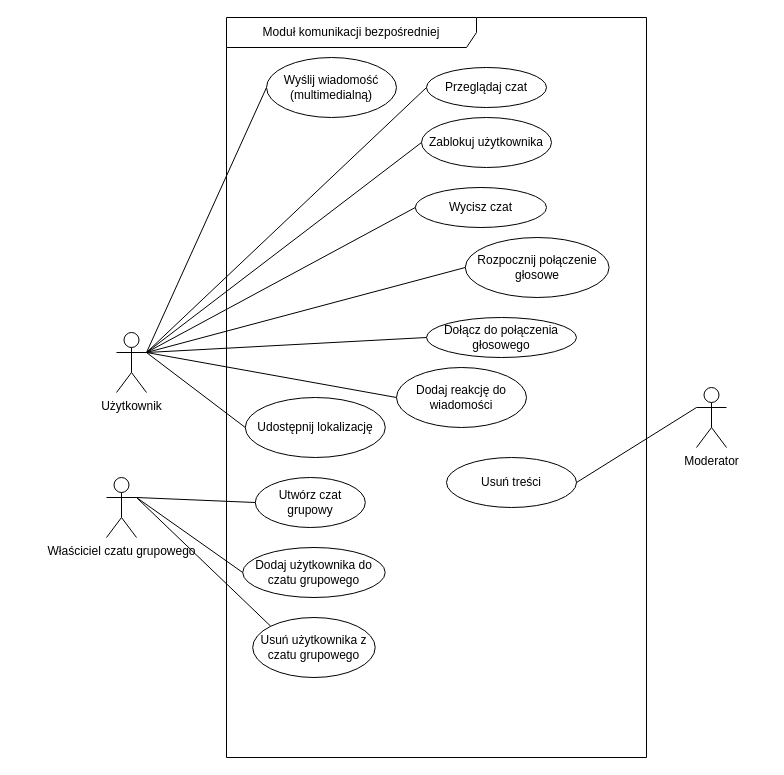
The draw.io diagram page "Moduł komunikacji" (1 of 5) of mwo_lokalni_app.drawio in Haltie13/lokalni_app, before the edit. Source tidied: cells renumbered, new cells numbered last; positions are measured from the earlier drawing's top-left corner, leaving out a move shared by most shapes. Both pictures are drawn from the tidied source at 100%, with x=0, y=0 at pixel (106, 17).
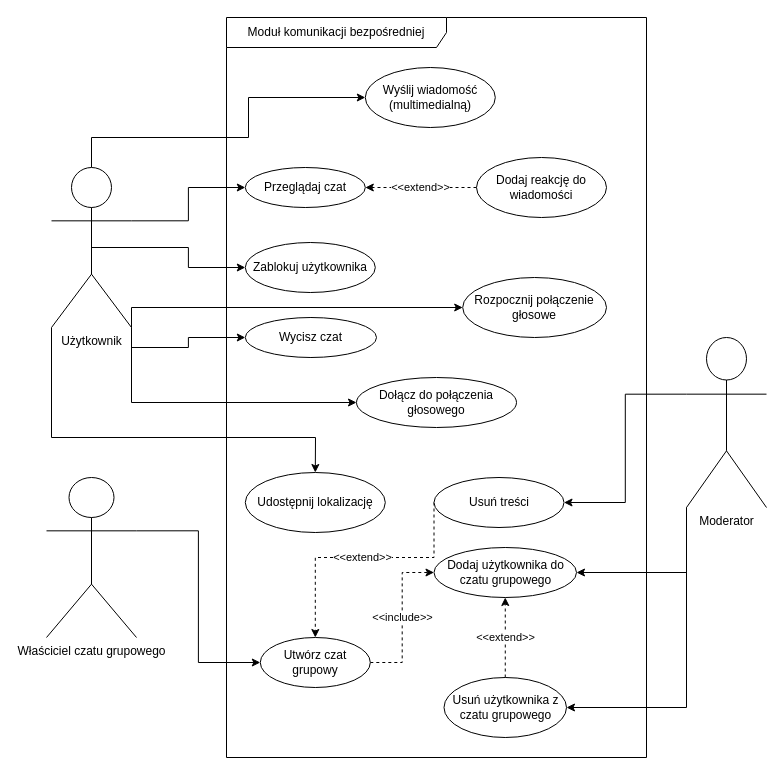
After the change.

The edit, as a diff of the source:
```diff
@@
-    <mxCell id="2" value="Moduł komunikacji bezpośredniej" style="shape=umlFrame;whiteSpace=wrap;html=1;width=250;height=30;" parent="1" vertex="1">
+    <mxCell id="2" value="Moduł komunikacji bezpośredniej" style="shape=umlFrame;whiteSpace=wrap;html=1;width=220;height=30;" parent="1" vertex="1">
       <mxGeometry x="120" width="420" height="740" as="geometry" />
     </mxCell>
+    <mxCell id="26" style="edgeStyle=orthogonalEdgeStyle;rounded=0;jettySize=auto;html=1;exitX=1;exitY=1;exitDx=0;exitDy=0;exitPerimeter=0;entryX=0;entryY=0.5;entryDx=0;entryDy=0;" parent="1" edge="1" source="4" target="22">
+      <mxGeometry relative="1" as="geometry" />
+    </mxCell>
+    <mxCell id="18" style="edgeStyle=orthogonalEdgeStyle;rounded=0;jettySize=auto;html=1;exitX=0.5;exitY=0.5;exitDx=0;exitDy=0;exitPerimeter=0;entryX=0;entryY=0.5;entryDx=0;entryDy=0;" parent="1" edge="1" source="4" target="5">
+      <mxGeometry relative="1" as="geometry" />
+    </mxCell>
+    <mxCell id="14" style="edgeStyle=orthogonalEdgeStyle;rounded=0;jettySize=auto;html=1;exitX=1;exitY=0.3333333333333333;exitDx=0;exitDy=0;exitPerimeter=0;entryX=0;entryY=0.5;entryDx=0;entryDy=0;" parent="1" edge="1" source="4" target="9">
+      <mxGeometry relative="1" as="geometry" />
+    </mxCell>
-    <mxCell id="3" style="rounded=0;jettySize=auto;html=1;exitX=1;exitY=0.3333333333333333;exitDx=0;exitDy=0;exitPerimeter=0;entryX=0;entryY=0.5;entryDx=0;entryDy=0;endArrow=none;startFill=0;" parent="1" edge="1" source="4" target="10">
-      <mxGeometry relative="1" as="geometry" />
+    <mxCell id="3" style="edgeStyle=orthogonalEdgeStyle;rounded=0;jettySize=auto;html=1;exitX=0.5;exitY=0;exitDx=0;exitDy=0;exitPerimeter=0;entryX=0;entryY=0.5;entryDx=0;entryDy=0;" parent="1" edge="1" source="4" target="10">
+      <mxGeometry relative="1" as="geometry">
+        <Array as="points">
+          <mxPoint x="-15" y="120" />
+          <mxPoint x="142" y="120" />
+          <mxPoint x="142" y="80" />
+        </Array>
+      </mxGeometry>
     </mxCell>
+    <mxCell id="17" style="edgeStyle=orthogonalEdgeStyle;rounded=0;jettySize=auto;html=1;exitX=1;exitY=1;exitDx=0;exitDy=0;exitPerimeter=0;" parent="1" edge="1" source="4" target="13">
+      <mxGeometry relative="1" as="geometry">
+        <Array as="points">
+          <mxPoint x="25" y="290" />
+        </Array>
+      </mxGeometry>
+    </mxCell>
+    <mxCell id="30" style="edgeStyle=orthogonalEdgeStyle;rounded=0;jettySize=auto;html=1;exitX=1;exitY=1;exitDx=0;exitDy=0;exitPerimeter=0;entryX=0;entryY=0.5;entryDx=0;entryDy=0;" parent="1" edge="1" source="4" target="23">
+      <mxGeometry relative="1" as="geometry" />
+    </mxCell>
+    <mxCell id="20" style="edgeStyle=orthogonalEdgeStyle;rounded=0;jettySize=auto;html=1;exitX=0;exitY=1;exitDx=0;exitDy=0;exitPerimeter=0;" parent="1" edge="1" source="4" target="8">
+      <mxGeometry relative="1" as="geometry">
+        <Array as="points">
+          <mxPoint x="-55" y="420" />
+          <mxPoint x="209" y="420" />
+        </Array>
+      </mxGeometry>
+    </mxCell>
     <mxCell id="4" value="Użytkownik" style="shape=umlActor;verticalLabelPosition=bottom;verticalAlign=top;html=1;" parent="1" vertex="1">
-      <mxGeometry x="10" y="315" width="30" height="60" as="geometry" />
+      <mxGeometry x="-55" y="150" width="80" height="160" as="geometry" />
     </mxCell>
     <mxCell id="5" value="Zablokuj użytkownika" style="ellipse;whiteSpace=wrap;html=1;" parent="1" vertex="1">
-      <mxGeometry x="315" y="100" width="130" height="50" as="geometry" />
+      <mxGeometry x="138.8" y="225" width="130" height="50" as="geometry" />
     </mxCell>
     <mxCell id="6" value="Dodaj użytkownika do czatu grupowego" style="ellipse;whiteSpace=wrap;html=1;" parent="1" vertex="1">
-      <mxGeometry x="136.2" y="530" width="142.5" height="50" as="geometry" />
+      <mxGeometry x="327.5" y="530" width="142.5" height="50" as="geometry" />
     </mxCell>
+    <mxCell id="31" value="&amp;lt;&amp;lt;extend&amp;gt;&amp;gt;" style="edgeStyle=orthogonalEdgeStyle;rounded=0;jettySize=auto;html=1;exitX=0.5;exitY=0;exitDx=0;exitDy=0;dashed=1;" parent="1" edge="1" source="7" target="6">
+      <mxGeometry relative="1" as="geometry" />
+    </mxCell>
     <mxCell id="7" value="Usuń użytkownika z czatu grupowego" style="ellipse;whiteSpace=wrap;html=1;" parent="1" vertex="1">
-      <mxGeometry x="146.2" y="600" width="122.5" height="60" as="geometry" />
+      <mxGeometry x="337.5" y="660" width="122.5" height="60" as="geometry" />
     </mxCell>
     <mxCell id="8" value="Udostępnij lokalizację" style="ellipse;whiteSpace=wrap;html=1;" parent="1" vertex="1">
-      <mxGeometry x="138.8" y="380" width="140" height="60" as="geometry" />
+      <mxGeometry x="138.8" y="455" width="140" height="60" as="geometry" />
     </mxCell>
     <mxCell id="9" value="Przeglądaj czat" style="ellipse;whiteSpace=wrap;html=1;" parent="1" vertex="1">
-      <mxGeometry x="320" y="50" width="120" height="40" as="geometry" />
+      <mxGeometry x="138.8" y="150" width="120" height="40" as="geometry" />
     </mxCell>
     <mxCell id="10" value="Wyślij wiadomość (multimedialną)" style="ellipse;whiteSpace=wrap;html=1;" parent="1" vertex="1">
-      <mxGeometry x="160" y="40" width="130" height="60" as="geometry" />
+      <mxGeometry x="258.8" y="50" width="130" height="60" as="geometry" />
     </mxCell>
+    <mxCell id="32" value="&amp;lt;&amp;lt;include&amp;gt;&amp;gt;" style="edgeStyle=orthogonalEdgeStyle;rounded=0;jettySize=auto;html=1;exitX=1;exitY=0.5;exitDx=0;exitDy=0;entryX=0;entryY=0.5;entryDx=0;entryDy=0;dashed=1;" parent="1" edge="1" source="11" target="6">
+      <mxGeometry relative="1" as="geometry" />
+    </mxCell>
     <mxCell id="11" value="Utwórz czat grupowy" style="ellipse;whiteSpace=wrap;html=1;" parent="1" vertex="1">
-      <mxGeometry x="148.8" y="460" width="110" height="50" as="geometry" />
+      <mxGeometry x="153.8" y="620" width="110" height="50" as="geometry" />
     </mxCell>
+    <mxCell id="33" value="&amp;lt;&amp;lt;extend&amp;gt;&amp;gt;" style="edgeStyle=orthogonalEdgeStyle;rounded=0;jettySize=auto;html=1;exitX=0;exitY=0.5;exitDx=0;exitDy=0;dashed=1;" parent="1" edge="1" source="12" target="9">
+      <mxGeometry relative="1" as="geometry" />
+    </mxCell>
     <mxCell id="12" value="Dodaj reakcję do wiadomości" style="ellipse;whiteSpace=wrap;html=1;" parent="1" vertex="1">
-      <mxGeometry x="290" y="350" width="130" height="60" as="geometry" />
+      <mxGeometry x="370" y="140" width="130" height="60" as="geometry" />
     </mxCell>
     <mxCell id="13" value="Rozpocznij połączenie głosowe" style="ellipse;whiteSpace=wrap;html=1;" parent="1" vertex="1">
-      <mxGeometry x="358.8" y="220" width="143.8" height="60" as="geometry" />
+      <mxGeometry x="356.2" y="260" width="143.8" height="60" as="geometry" />
     </mxCell>
-    <mxCell id="14" style="rounded=0;jettySize=auto;html=1;entryX=0;entryY=0.5;entryDx=0;entryDy=0;endArrow=none;startFill=0;exitX=1;exitY=0.3333333333333333;exitDx=0;exitDy=0;exitPerimeter=0;" parent="1" edge="1" source="4" target="9">
-      <mxGeometry relative="1" as="geometry" />
-    </mxCell>
-    <mxCell id="15" style="rounded=0;jettySize=auto;html=1;entryX=0;entryY=0.5;entryDx=0;entryDy=0;endArrow=none;startFill=0;exitX=1;exitY=0.3333333333333333;exitDx=0;exitDy=0;exitPerimeter=0;" parent="1" edge="1" source="25" target="11">
-      <mxGeometry relative="1" as="geometry" />
-    </mxCell>
-    <mxCell id="16" style="rounded=0;jettySize=auto;html=1;entryX=0;entryY=0.5;entryDx=0;entryDy=0;endArrow=none;startFill=0;exitX=1;exitY=0.3333333333333333;exitDx=0;exitDy=0;exitPerimeter=0;" parent="1" edge="1" source="4" target="12">
-      <mxGeometry relative="1" as="geometry" />
-    </mxCell>
-    <mxCell id="17" style="rounded=0;jettySize=auto;html=1;entryX=0;entryY=0.5;entryDx=0;entryDy=0;endArrow=none;startFill=0;exitX=1;exitY=0.3333333333333333;exitDx=0;exitDy=0;exitPerimeter=0;" parent="1" edge="1" source="4" target="13">
-      <mxGeometry relative="1" as="geometry" />
-    </mxCell>
-    <mxCell id="18" style="rounded=0;jettySize=auto;html=1;entryX=0;entryY=0.5;entryDx=0;entryDy=0;endArrow=none;startFill=0;exitX=1;exitY=0.3333333333333333;exitDx=0;exitDy=0;exitPerimeter=0;" parent="1" edge="1" source="4" target="5">
-      <mxGeometry relative="1" as="geometry" />
-    </mxCell>
-    <mxCell id="19" style="rounded=0;jettySize=auto;html=1;entryX=0;entryY=0;entryDx=0;entryDy=0;endArrow=none;startFill=0;exitX=1;exitY=0.3333333333333333;exitDx=0;exitDy=0;exitPerimeter=0;" parent="1" edge="1" source="25" target="7">
-      <mxGeometry relative="1" as="geometry" />
-    </mxCell>
-    <mxCell id="20" style="rounded=0;jettySize=auto;html=1;exitX=1;exitY=0.3333333333333333;exitDx=0;exitDy=0;exitPerimeter=0;entryX=0;entryY=0.5;entryDx=0;entryDy=0;endArrow=none;startFill=0;" parent="1" edge="1" source="4" target="8">
-      <mxGeometry relative="1" as="geometry" />
-    </mxCell>
-    <mxCell id="21" style="rounded=0;jettySize=auto;html=1;entryX=0;entryY=0.5;entryDx=0;entryDy=0;endArrow=none;startFill=0;exitX=1;exitY=0.3333333333333333;exitDx=0;exitDy=0;exitPerimeter=0;" parent="1" edge="1" source="25" target="6">
-      <mxGeometry relative="1" as="geometry" />
-    </mxCell>
     <mxCell id="22" value="Wycisz czat" style="ellipse;whiteSpace=wrap;html=1;" parent="1" vertex="1">
-      <mxGeometry x="308.8" y="170" width="131.2" height="40" as="geometry" />
+      <mxGeometry x="138.8" y="300" width="131.2" height="40" as="geometry" />
     </mxCell>
     <mxCell id="23" value="Dołącz do połączenia głosowego" style="ellipse;whiteSpace=wrap;html=1;" parent="1" vertex="1">
-      <mxGeometry x="320" y="300" width="150" height="40" as="geometry" />
+      <mxGeometry x="250" y="360" width="160" height="50" as="geometry" />
     </mxCell>
-    <mxCell id="24" style="rounded=0;jettySize=auto;html=1;exitX=0;exitY=0.5;exitDx=0;exitDy=0;entryX=1;entryY=0.3333333333333333;entryDx=0;entryDy=0;endArrow=none;startFill=0;entryPerimeter=0;" parent="1" edge="1" source="23" target="4">
-      <mxGeometry relative="1" as="geometry" />
-    </mxCell>
+    <mxCell id="15" style="edgeStyle=orthogonalEdgeStyle;rounded=0;jettySize=auto;html=1;exitX=1;exitY=0.3333333333333333;exitDx=0;exitDy=0;exitPerimeter=0;entryX=0;entryY=0.5;entryDx=0;entryDy=0;" parent="1" edge="1" source="25" target="11">
+      <mxGeometry relative="1" as="geometry" />
+    </mxCell>
     <mxCell id="25" value="Właściciel czatu grupowego" style="shape=umlActor;verticalLabelPosition=bottom;verticalAlign=top;html=1;" parent="1" vertex="1">
-      <mxGeometry y="460" width="30" height="60" as="geometry" />
+      <mxGeometry x="-60" y="460" width="90" height="160" as="geometry" />
     </mxCell>
-    <mxCell id="26" style="rounded=0;jettySize=auto;html=1;entryX=0;entryY=0.5;entryDx=0;entryDy=0;endArrow=none;startFill=0;exitX=1;exitY=0.3333333333333333;exitDx=0;exitDy=0;exitPerimeter=0;" parent="1" edge="1" source="4" target="22">
-      <mxGeometry relative="1" as="geometry" />
-    </mxCell>
+    <mxCell id="34" style="edgeStyle=orthogonalEdgeStyle;rounded=0;jettySize=auto;html=1;exitX=0;exitY=0.3333333333333333;exitDx=0;exitDy=0;exitPerimeter=0;entryX=1;entryY=0.5;entryDx=0;entryDy=0;" parent="1" edge="1" source="27" target="28">
+      <mxGeometry relative="1" as="geometry" />
+    </mxCell>
+    <mxCell id="35" style="edgeStyle=orthogonalEdgeStyle;rounded=0;jettySize=auto;html=1;exitX=0;exitY=1;exitDx=0;exitDy=0;exitPerimeter=0;entryX=1;entryY=0.5;entryDx=0;entryDy=0;" parent="1" edge="1" source="27" target="6">
+      <mxGeometry relative="1" as="geometry" />
+    </mxCell>
+    <mxCell id="36" style="edgeStyle=orthogonalEdgeStyle;rounded=0;jettySize=auto;html=1;exitX=0;exitY=1;exitDx=0;exitDy=0;exitPerimeter=0;entryX=1;entryY=0.5;entryDx=0;entryDy=0;" parent="1" edge="1" source="27" target="7">
+      <mxGeometry relative="1" as="geometry" />
+    </mxCell>
     <mxCell id="27" value="Moderator" style="shape=umlActor;verticalLabelPosition=bottom;verticalAlign=top;html=1;" parent="1" vertex="1">
-      <mxGeometry x="590" y="370" width="30" height="60" as="geometry" />
+      <mxGeometry x="580" y="320" width="80" height="170" as="geometry" />
     </mxCell>
+    <mxCell id="37" value="&amp;lt;&amp;lt;extend&amp;gt;&amp;gt;" style="edgeStyle=orthogonalEdgeStyle;rounded=0;jettySize=auto;html=1;exitX=0;exitY=0.5;exitDx=0;exitDy=0;entryX=0.5;entryY=0;entryDx=0;entryDy=0;dashed=1;" parent="1" edge="1" source="28" target="11">
+      <mxGeometry relative="1" as="geometry">
+        <Array as="points">
+          <mxPoint x="328" y="540" />
+          <mxPoint x="209" y="540" />
+        </Array>
+      </mxGeometry>
+    </mxCell>
     <mxCell id="28" value="Usuń treści" style="ellipse;whiteSpace=wrap;html=1;" parent="1" vertex="1">
-      <mxGeometry x="340" y="440" width="130" height="50" as="geometry" />
+      <mxGeometry x="327.5" y="460" width="130" height="50" as="geometry" />
     </mxCell>
-    <mxCell id="29" style="rounded=0;jettySize=auto;html=1;entryX=0;entryY=0.3333333333333333;entryDx=0;entryDy=0;endArrow=none;startFill=0;exitX=1;exitY=0.5;exitDx=0;exitDy=0;entryPerimeter=0;" parent="1" edge="1" source="28" target="27">
-      <mxGeometry relative="1" as="geometry" />
-    </mxCell>
```
